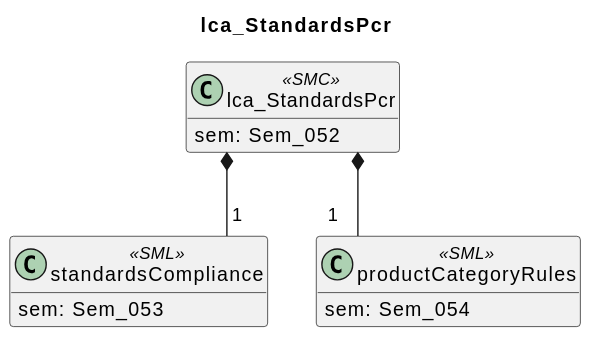
This is docs/model/sections/lca_StandardsPcr.svg from Leeeks/aas-epd-type-iii-submodel, a PlantUML export, as it was before one commit.
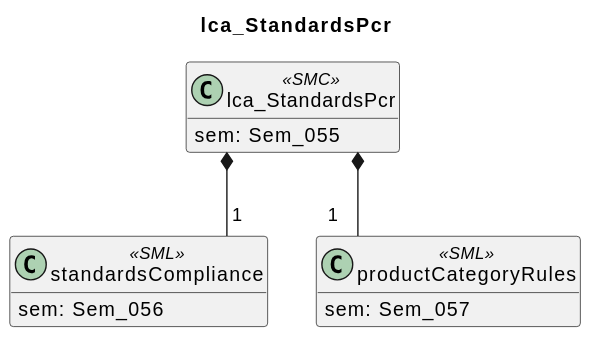
Above is the later version.

What changed in the source:
```diff
@@ -5,13 +5,13 @@
 hide empty members
 
 class lca_StandardsPcr <<SMC>> {
-  sem: Sem_052
+  sem: Sem_055
 }
 class standardsCompliance <<SML>> {
-  sem: Sem_053
+  sem: Sem_056
 }
 class productCategoryRules <<SML>> {
-  sem: Sem_054
+  sem: Sem_057
 }
 
 lca_StandardsPcr *-- "1" standardsCompliance
```
